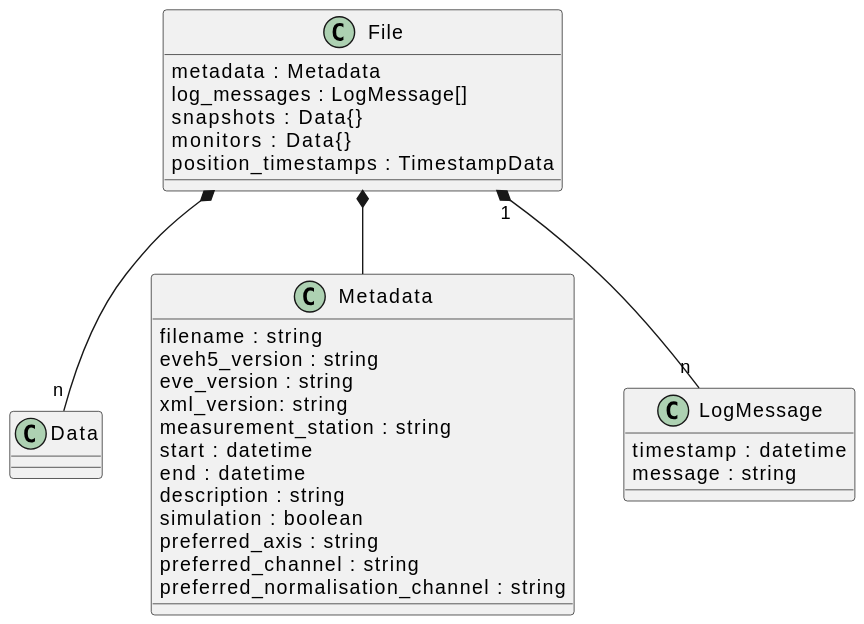
The PlantUML diagram docs/uml/evefile.entities.file.svg in tillbiskup/evefile, before a commit.
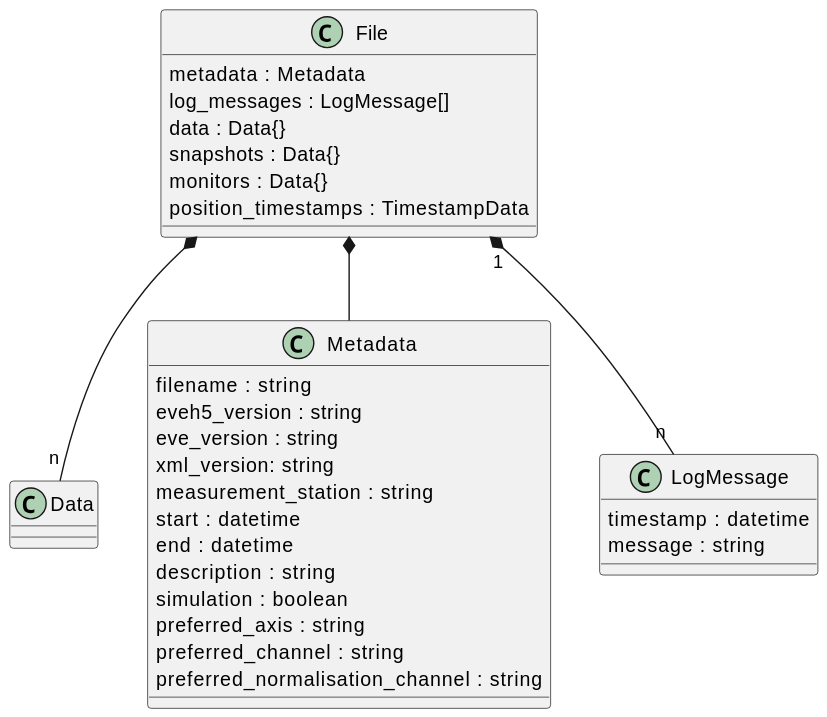
Above is the later version.

Commit message:
Update documentation and UML: File and EveFile have data attribute

The edit, as a diff of the source:
```diff
@@ -2,6 +2,7 @@
 class File {
     metadata : Metadata
     log_messages : LogMessage[]
+    data : Data{}
     snapshots : Data{}
     monitors : Data{}
     position_timestamps : TimestampData
```
